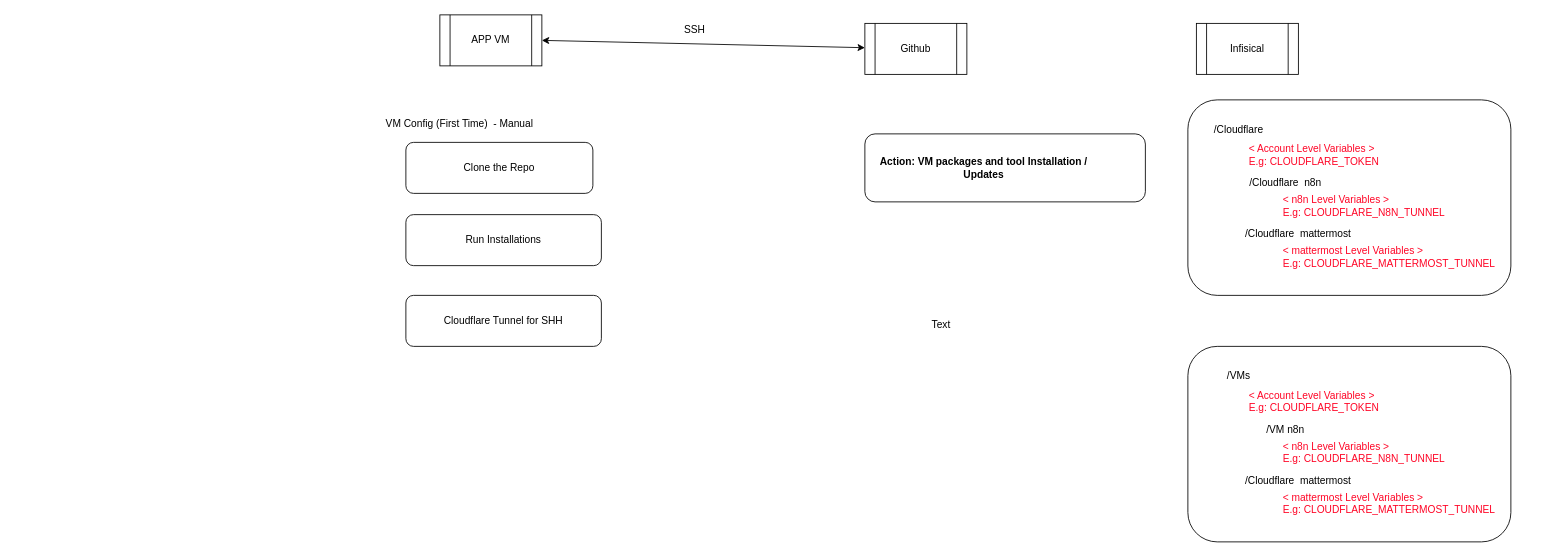
This is FIG: Architecture.drawio from DoctorDatah/self-hosted-server-apps, a draw.io file, before an edit. Source tidied: cells renumbered, new cells numbered last; positions are measured from the earlier drawing's top-left corner, leaving out a move shared by most shapes. Both pictures are drawn from the tidied source at 85%, with x=0, y=0 at pixel (371, 14).
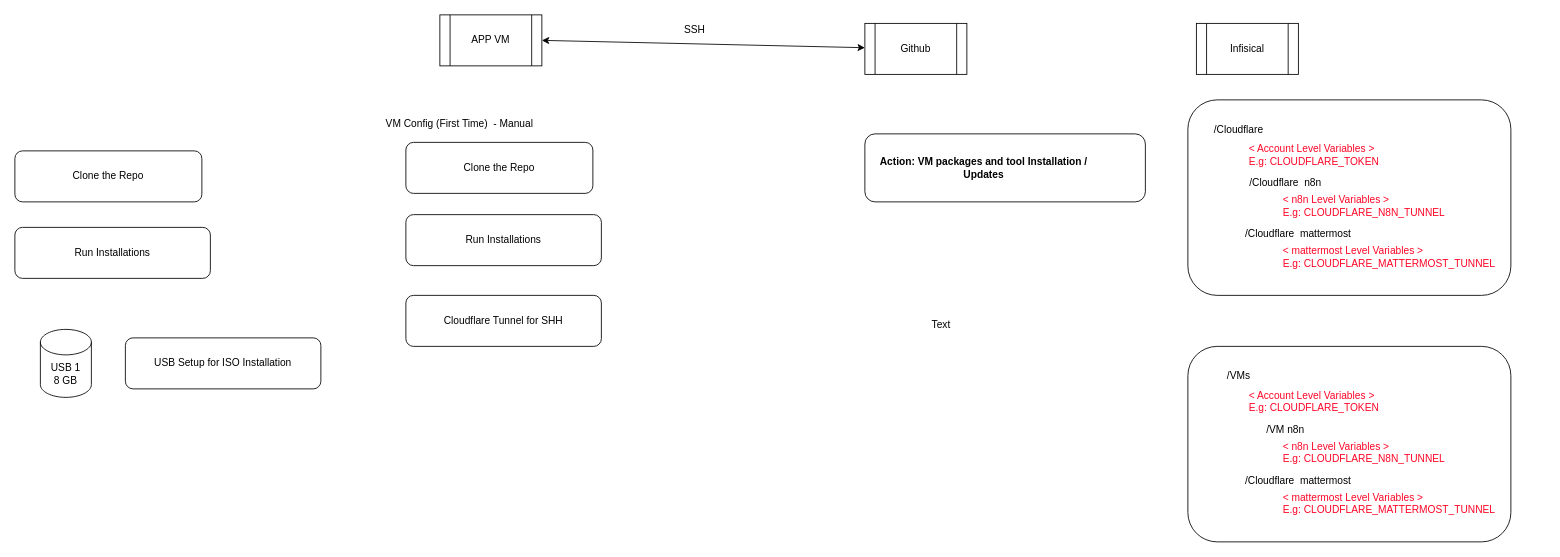
Above is the later version.

Diff of the diagram source:
```diff
@@
+    <mxCell id="30" value="Clone the Repo" style="rounded=1;whiteSpace=wrap;html=1;" parent="1" vertex="1">
+      <mxGeometry x="-420" y="160" width="220" height="60" as="geometry" />
+    </mxCell>
+    <mxCell id="31" value="Run Installations" style="rounded=1;whiteSpace=wrap;html=1;" parent="1" vertex="1">
+      <mxGeometry x="-420" y="250" width="230" height="60" as="geometry" />
+    </mxCell>
+    <mxCell id="32" value="USB Setup for ISO Installation" style="rounded=1;whiteSpace=wrap;html=1;" parent="1" vertex="1">
+      <mxGeometry x="-290" y="380" width="230" height="60" as="geometry" />
+    </mxCell>
+    <mxCell id="33" value="USB 1&lt;br&gt;8 GB" style="shape=cylinder3;whiteSpace=wrap;html=1;boundedLbl=1;backgroundOutline=1;size=15;" parent="1" vertex="1">
+      <mxGeometry x="-390" y="370" width="60" height="80" as="geometry" />
+    </mxCell>
```
